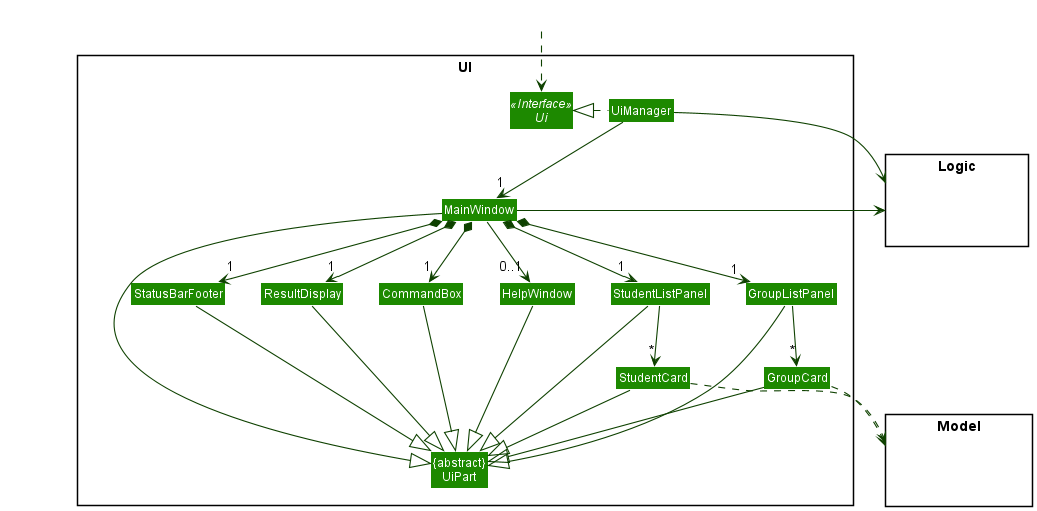
Above: docs/images/UiClassDiagram.png in nus-cs2103-AY2122S1/tp (PlantUML), before the change.
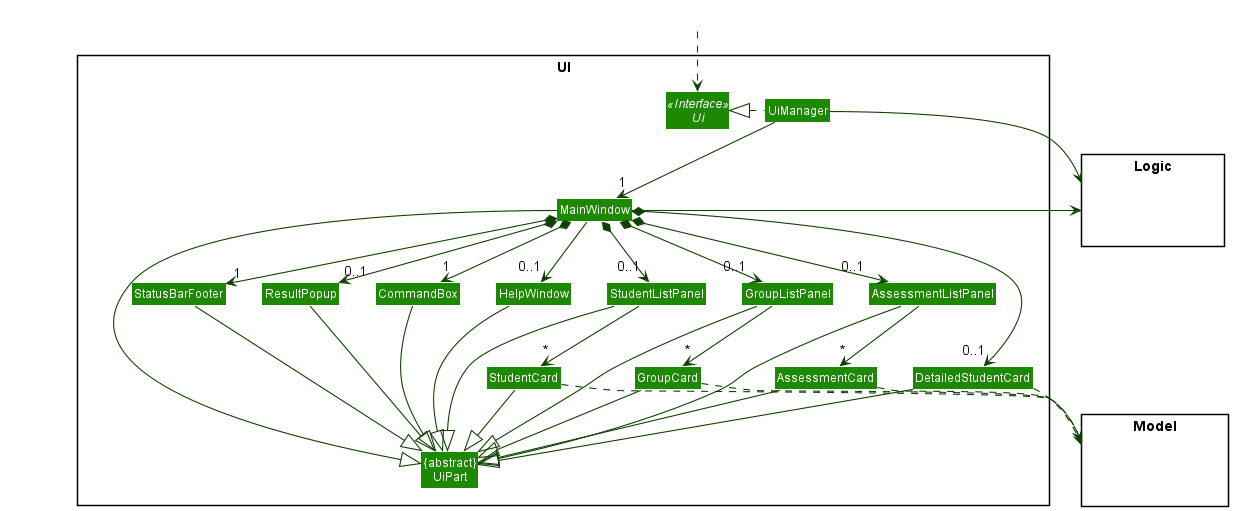
Above is the later version.

Commit message:
update ui class diagram and section on ui component

The edit, as a diff of the source:
```diff
@@ -10,11 +10,14 @@
 Class UiManager
 Class MainWindow
 Class HelpWindow
-Class ResultDisplay
+Class ResultPopup
+Class AssessmentListPanel
+Class AssessmentCard
 Class StudentListPanel
 Class StudentCard
 Class GroupListPanel
 Class GroupCard
+Class DetailedStudentCard
 Class StatusBarFooter
 Class CommandBox
 }
@@ -33,19 +36,25 @@
 UiManager .left.|> Ui
 UiManager -down-> "1" MainWindow
 MainWindow *-down->  "1" CommandBox
-MainWindow *-down-> "1" ResultDisplay
-MainWindow *-down-> "1" StudentListPanel
-MainWindow *-down-> "1" GroupListPanel
+MainWindow *-down-> "0..1" ResultPopup
+MainWindow *-down-> "0..1" StudentListPanel
+MainWindow *-down-> "0..1" GroupListPanel
+MainWindow *-down-> "0..1" AssessmentListPanel
+MainWindow *-down-> "0..1" DetailedStudentCard
 MainWindow *-down-> "1" StatusBarFooter
 MainWindow --> "0..1" HelpWindow
 
 StudentListPanel -down-> "*" StudentCard
 GroupListPanel -down-> "*" GroupCard
+AssessmentListPanel -down-> "*" AssessmentCard
 
 MainWindow -left-|> UiPart
 
-ResultDisplay --|> UiPart
+ResultPopup --|> UiPart
 CommandBox --|> UiPart
+AssessmentListPanel --|> UiPart
+AssessmentCard --|> UiPart
+DetailedStudentCard --|> UiPart
 StudentListPanel --|> UiPart
 StudentCard --|> UiPart
 GroupListPanel --|> UiPart
@@ -53,6 +62,8 @@
 StatusBarFooter --|> UiPart
 HelpWindow --|> UiPart
 
+DetailedStudentCard ..> Model
+AssessmentCard ..> Model
 StudentCard ..> Model
 GroupCard ..> Model
 UiManager -right-> Logic
@@ -61,8 +72,8 @@
 StudentListPanel -[hidden]left- HelpWindow
 GroupListPanel -[hidden]left- StudentListPanel
 HelpWindow -[hidden]left- CommandBox
-CommandBox -[hidden]left- ResultDisplay
-ResultDisplay -[hidden]left- StatusBarFooter
+CommandBox -[hidden]left- ResultPopup
+ResultPopup -[hidden]left- StatusBarFooter
 
 MainWindow -[hidden]-|> UiPart
 @enduml
```
